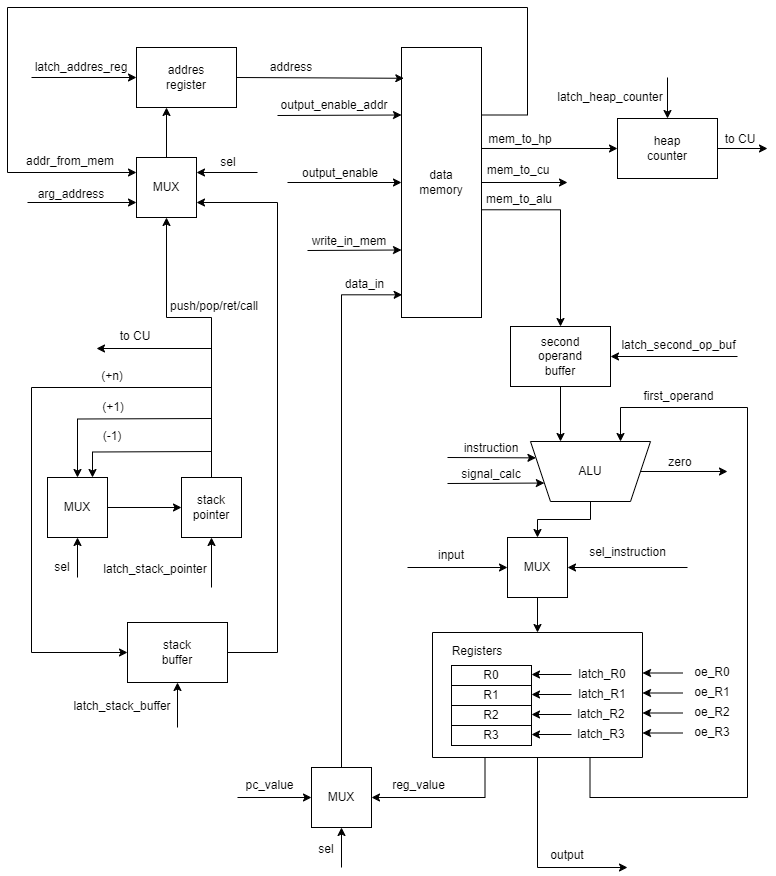
The draw.io diagram img/data_path.png in stoneshik/ac-third-lab, before a commit. Source tidied: cells renumbered, new cells last; positions are measured from the earlier drawing's top-left corner, leaving out a move shared by most shapes.
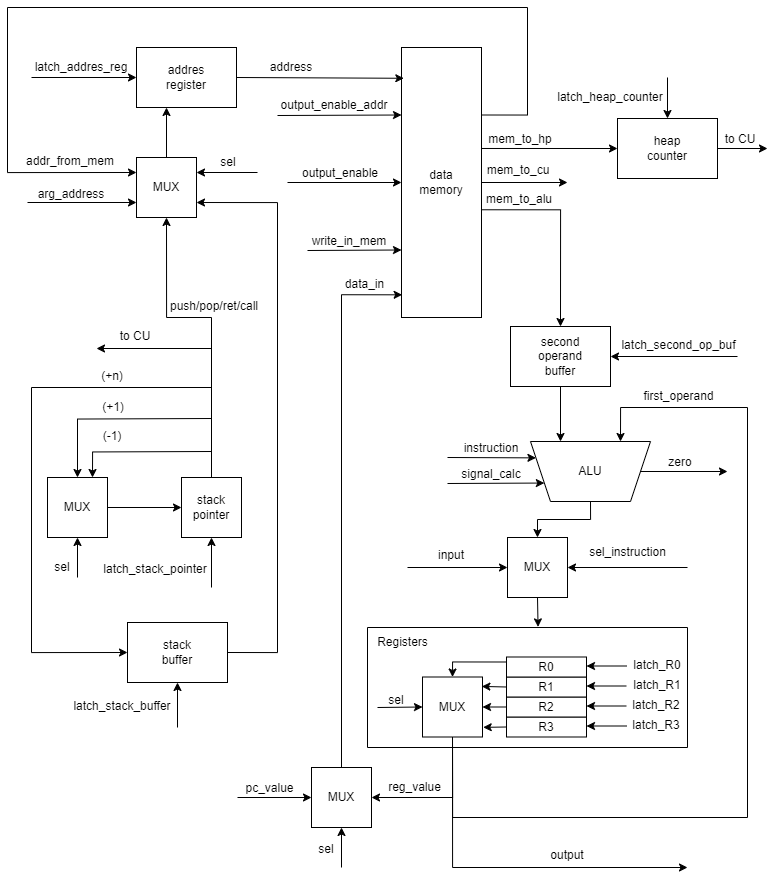
Later version of the same file.

Diff of the diagram source:
```diff
@@ -72,18 +72,6 @@
     <mxCell id="20" value="sel" style="text;html=1;align=center;verticalAlign=middle;whiteSpace=wrap;rounded=0;" parent="1" vertex="1">
       <mxGeometry x="40" y="549.5" width="30" height="20" as="geometry" />
     </mxCell>
-    <mxCell id="21" value="R0" style="rounded=0;whiteSpace=wrap;html=1;" parent="1" vertex="1">
-      <mxGeometry x="444" y="658" width="80" height="20" as="geometry" />
-    </mxCell>
-    <mxCell id="22" value="R1" style="rounded=0;whiteSpace=wrap;html=1;" parent="1" vertex="1">
-      <mxGeometry x="444" y="678" width="80" height="20" as="geometry" />
-    </mxCell>
-    <mxCell id="23" value="R2" style="rounded=0;whiteSpace=wrap;html=1;" parent="1" vertex="1">
-      <mxGeometry x="444" y="698" width="80" height="20" as="geometry" />
-    </mxCell>
-    <mxCell id="24" value="R3" style="rounded=0;whiteSpace=wrap;html=1;" parent="1" vertex="1">
-      <mxGeometry x="444" y="718" width="80" height="20" as="geometry" />
-    </mxCell>
     <mxCell id="25" style="endArrow=classic;html=1;rounded=0;entryX=0;entryY=0.5;entryDx=0;entryDy=0;" parent="1" edge="1" target="4">
       <mxGeometry relative="1" as="geometry">
         <mxPoint x="280" y="175" as="sourcePoint" />
@@ -114,42 +102,6 @@
     <mxCell id="32" value="(-1)" style="text;html=1;align=center;verticalAlign=middle;whiteSpace=wrap;rounded=0;" parent="1" vertex="1">
       <mxGeometry x="92" y="419" width="26" height="20" as="geometry" />
     </mxCell>
-    <mxCell id="33" value="latch_R0" style="text;html=1;align=center;verticalAlign=middle;whiteSpace=wrap;rounded=0;" parent="1" vertex="1">
-      <mxGeometry x="565" y="656.5" width="60" height="20" as="geometry" />
-    </mxCell>
-    <mxCell id="34" value="latch_R1" style="text;html=1;align=center;verticalAlign=middle;whiteSpace=wrap;rounded=0;" parent="1" vertex="1">
-      <mxGeometry x="565" y="676.5" width="60" height="20" as="geometry" />
-    </mxCell>
-    <mxCell id="35" value="latch_R2" style="text;html=1;align=center;verticalAlign=middle;whiteSpace=wrap;rounded=0;" parent="1" vertex="1">
-      <mxGeometry x="564" y="696.5" width="60" height="20" as="geometry" />
-    </mxCell>
-    <mxCell id="36" value="latch_R3" style="text;html=1;align=center;verticalAlign=middle;whiteSpace=wrap;rounded=0;" parent="1" vertex="1">
-      <mxGeometry x="564" y="716.5" width="60" height="20" as="geometry" />
-    </mxCell>
-    <mxCell id="37" style="endArrow=classic;html=1;rounded=0;entryX=0;entryY=0.5;entryDx=0;entryDy=0;" parent="1" edge="1">
-      <mxGeometry relative="1" as="geometry">
-        <mxPoint x="564" y="667" as="sourcePoint" />
-        <mxPoint x="524" y="667" as="targetPoint" />
-      </mxGeometry>
-    </mxCell>
-    <mxCell id="38" style="endArrow=classic;html=1;rounded=0;exitX=1;exitY=0.5;exitDx=0;exitDy=0;entryX=0;entryY=0.5;entryDx=0;entryDy=0;" parent="1" edge="1">
-      <mxGeometry relative="1" as="geometry">
-        <mxPoint x="564" y="687" as="sourcePoint" />
-        <mxPoint x="524" y="687" as="targetPoint" />
-      </mxGeometry>
-    </mxCell>
-    <mxCell id="39" style="endArrow=classic;html=1;rounded=0;exitX=1;exitY=0.5;exitDx=0;exitDy=0;entryX=0;entryY=0.5;entryDx=0;entryDy=0;" parent="1" edge="1">
-      <mxGeometry relative="1" as="geometry">
-        <mxPoint x="564" y="707" as="sourcePoint" />
-        <mxPoint x="524" y="707" as="targetPoint" />
-      </mxGeometry>
-    </mxCell>
-    <mxCell id="40" style="endArrow=classic;html=1;rounded=0;exitX=1;exitY=0.5;exitDx=0;exitDy=0;entryX=0;entryY=0.5;entryDx=0;entryDy=0;" parent="1" edge="1">
-      <mxGeometry relative="1" as="geometry">
-        <mxPoint x="564" y="727" as="sourcePoint" />
-        <mxPoint x="524" y="727" as="targetPoint" />
-      </mxGeometry>
-    </mxCell>
     <mxCell id="41" style="endArrow=classic;html=1;rounded=0;entryX=0;entryY=0.25;entryDx=0;entryDy=0;" parent="1" edge="1" target="4">
       <mxGeometry relative="1" as="geometry">
         <mxPoint x="270" y="108" as="sourcePoint" />
@@ -176,48 +128,6 @@
     <mxCell id="45" value="addr_from_mem" style="text;html=1;align=center;verticalAlign=middle;whiteSpace=wrap;rounded=0;" parent="1" vertex="1">
       <mxGeometry x="20" y="144" width="86" height="20" as="geometry" />
     </mxCell>
-    <mxCell id="46" style="swimlane;startSize=0;" parent="1" vertex="1">
-      <mxGeometry x="425" y="625" width="210" height="125" as="geometry" />
-    </mxCell>
-    <mxCell id="47" value="Registers" style="text;html=1;align=center;verticalAlign=middle;whiteSpace=wrap;rounded=0;" parent="46" vertex="1">
-      <mxGeometry x="15" y="4" width="60" height="30" as="geometry" />
-    </mxCell>
-    <mxCell id="48" value="oe_R0" style="text;html=1;align=center;verticalAlign=middle;whiteSpace=wrap;rounded=0;" parent="1" vertex="1">
-      <mxGeometry x="675" y="655" width="60" height="20" as="geometry" />
-    </mxCell>
-    <mxCell id="49" value="oe_R1" style="text;html=1;align=center;verticalAlign=middle;whiteSpace=wrap;rounded=0;" parent="1" vertex="1">
-      <mxGeometry x="675" y="675" width="60" height="20" as="geometry" />
-    </mxCell>
-    <mxCell id="50" value="oe_R2" style="text;html=1;align=center;verticalAlign=middle;whiteSpace=wrap;rounded=0;" parent="1" vertex="1">
-      <mxGeometry x="675" y="695" width="60" height="20" as="geometry" />
-    </mxCell>
-    <mxCell id="51" value="oe_R3" style="text;html=1;align=center;verticalAlign=middle;whiteSpace=wrap;rounded=0;" parent="1" vertex="1">
-      <mxGeometry x="675" y="715" width="60" height="20" as="geometry" />
-    </mxCell>
-    <mxCell id="52" style="endArrow=classic;html=1;rounded=0;entryX=0;entryY=0.5;entryDx=0;entryDy=0;" parent="1" edge="1">
-      <mxGeometry relative="1" as="geometry">
-        <mxPoint x="675" y="665.5" as="sourcePoint" />
-        <mxPoint x="635" y="665.5" as="targetPoint" />
-      </mxGeometry>
-    </mxCell>
-    <mxCell id="53" style="endArrow=classic;html=1;rounded=0;exitX=1;exitY=0.5;exitDx=0;exitDy=0;entryX=0;entryY=0.5;entryDx=0;entryDy=0;" parent="1" edge="1">
-      <mxGeometry relative="1" as="geometry">
-        <mxPoint x="675" y="685.5" as="sourcePoint" />
-        <mxPoint x="635" y="685.5" as="targetPoint" />
-      </mxGeometry>
-    </mxCell>
-    <mxCell id="54" style="endArrow=classic;html=1;rounded=0;exitX=1;exitY=0.5;exitDx=0;exitDy=0;entryX=0;entryY=0.5;entryDx=0;entryDy=0;" parent="1" edge="1">
-      <mxGeometry relative="1" as="geometry">
-        <mxPoint x="675" y="705.5" as="sourcePoint" />
-        <mxPoint x="635" y="705.5" as="targetPoint" />
-      </mxGeometry>
-    </mxCell>
-    <mxCell id="55" style="endArrow=classic;html=1;rounded=0;exitX=1;exitY=0.5;exitDx=0;exitDy=0;entryX=0;entryY=0.5;entryDx=0;entryDy=0;" parent="1" edge="1">
-      <mxGeometry relative="1" as="geometry">
-        <mxPoint x="675" y="725.5" as="sourcePoint" />
-        <mxPoint x="635" y="725.5" as="targetPoint" />
-      </mxGeometry>
-    </mxCell>
     <mxCell id="56" style="endArrow=classic;html=1;rounded=0;exitX=0.5;exitY=0;exitDx=0;exitDy=0;entryX=0.5;entryY=0;entryDx=0;entryDy=0;edgeStyle=orthogonalEdgeStyle;" parent="1" edge="1" source="57" target="72">
       <mxGeometry relative="1" as="geometry" />
     </mxCell>
@@ -233,11 +143,12 @@
     <mxCell id="60" style="endArrow=classic;html=1;rounded=0;exitX=0.5;exitY=1;exitDx=0;exitDy=0;entryX=0.75;entryY=1;entryDx=0;entryDy=0;" parent="1" edge="1" source="69" target="57">
       <mxGeometry relative="1" as="geometry" />
     </mxCell>
-    <mxCell id="61" style="endArrow=classic;html=1;rounded=0;exitX=0.75;exitY=1;exitDx=0;exitDy=0;entryX=0.25;entryY=1;entryDx=0;entryDy=0;edgeStyle=orthogonalEdgeStyle;" parent="1" edge="1" source="46" target="57">
+    <mxCell id="61" style="endArrow=classic;html=1;rounded=0;exitX=0.5;exitY=1;exitDx=0;exitDy=0;entryX=0.25;entryY=1;entryDx=0;entryDy=0;edgeStyle=orthogonalEdgeStyle;" parent="1" edge="1" target="57">
       <mxGeometry relative="1" as="geometry">
+        <mxPoint x="445" y="727.2" as="sourcePoint" />
         <Array as="points">
-          <mxPoint x="583" y="790" />
-          <mxPoint x="740" y="790" />
+          <mxPoint x="445" y="810" />
+          <mxPoint x="740" y="810" />
           <mxPoint x="740" y="400" />
           <mxPoint x="613" y="400" />
         </Array>
@@ -284,7 +195,7 @@
     <mxCell id="72" value="MUX" style="rounded=0;whiteSpace=wrap;html=1;" parent="1" vertex="1">
       <mxGeometry x="500" y="530" width="60" height="60" as="geometry" />
     </mxCell>
-    <mxCell id="73" style="endArrow=classic;html=1;rounded=0;entryX=0.5;entryY=0;entryDx=0;entryDy=0;exitX=0.5;exitY=1;exitDx=0;exitDy=0;" parent="1" edge="1" source="72" target="46">
+    <mxCell id="73" style="endArrow=classic;html=1;rounded=0;entryX=0.533;entryY=-0.005;entryDx=0;entryDy=0;exitX=0.5;exitY=1;exitDx=0;exitDy=0;entryPerimeter=0;" parent="1" edge="1" source="72" target="118">
       <mxGeometry relative="1" as="geometry" />
     </mxCell>
     <mxCell id="74" style="endArrow=classic;html=1;rounded=0;entryX=0;entryY=0.5;entryDx=0;entryDy=0;" parent="1" edge="1" target="72">
@@ -292,11 +203,11 @@
         <mxPoint x="400" y="560" as="sourcePoint" />
       </mxGeometry>
     </mxCell>
-    <mxCell id="75" style="endArrow=classic;html=1;rounded=0;exitX=0.5;exitY=1;exitDx=0;exitDy=0;edgeStyle=orthogonalEdgeStyle;" parent="1" edge="1" source="46">
+    <mxCell id="75" style="endArrow=classic;html=1;rounded=0;exitX=0.5;exitY=1;exitDx=0;exitDy=0;edgeStyle=orthogonalEdgeStyle;" parent="1" edge="1" source="111">
       <mxGeometry relative="1" as="geometry">
-        <mxPoint x="620" y="860" as="targetPoint" />
+        <mxPoint x="680" y="860" as="targetPoint" />
         <Array as="points">
-          <mxPoint x="530" y="860" />
+          <mxPoint x="445" y="860" />
         </Array>
       </mxGeometry>
     </mxCell>
@@ -397,7 +308,7 @@
     <mxCell id="98" value="MUX" style="rounded=0;whiteSpace=wrap;html=1;" parent="1" vertex="1">
       <mxGeometry x="304" y="760" width="60" height="60" as="geometry" />
     </mxCell>
-    <mxCell id="99" style="endArrow=classic;html=1;rounded=0;exitX=0.25;exitY=1;exitDx=0;exitDy=0;entryX=1;entryY=0.5;entryDx=0;entryDy=0;edgeStyle=orthogonalEdgeStyle;" parent="1" edge="1" source="46" target="98">
+    <mxCell id="99" style="endArrow=classic;html=1;rounded=0;exitX=0.5;exitY=1;exitDx=0;exitDy=0;entryX=1;entryY=0.5;entryDx=0;entryDy=0;edgeStyle=orthogonalEdgeStyle;" parent="1" edge="1" source="111" target="98">
       <mxGeometry relative="1" as="geometry" />
     </mxCell>
     <mxCell id="100" style="endArrow=classic;html=1;rounded=0;exitX=0.5;exitY=0;exitDx=0;exitDy=0;entryX=0.008;entryY=0.916;entryDx=0;entryDy=0;entryPerimeter=0;edgeStyle=orthogonalEdgeStyle;" parent="1" edge="1" source="98" target="4">
@@ -417,13 +328,90 @@
       </mxGeometry>
     </mxCell>
     <mxCell id="104" value="pc_value" style="text;html=1;align=center;verticalAlign=middle;whiteSpace=wrap;rounded=0;" parent="1" vertex="1">
-      <mxGeometry x="229" y="770" width="67" height="16" as="geometry" />
+      <mxGeometry x="229" y="773" width="67" height="16" as="geometry" />
     </mxCell>
     <mxCell id="105" value="reg_value" style="text;html=1;align=center;verticalAlign=middle;whiteSpace=wrap;rounded=0;" parent="1" vertex="1">
-      <mxGeometry x="378" y="770" width="67" height="16" as="geometry" />
+      <mxGeometry x="374" y="772" width="67" height="16" as="geometry" />
     </mxCell>
     <mxCell id="106" value="mem_to_hp" style="text;html=1;align=center;verticalAlign=middle;whiteSpace=wrap;rounded=0;" parent="1" vertex="1">
       <mxGeometry x="478" y="121.5" width="70" height="20" as="geometry" />
     </mxCell>
+    <mxCell id="24" value="R3" style="rounded=0;whiteSpace=wrap;html=1;" parent="1" vertex="1">
+      <mxGeometry x="499" y="709.5" width="80" height="20" as="geometry" />
+    </mxCell>
+    <mxCell id="23" value="R2" style="rounded=0;whiteSpace=wrap;html=1;" parent="1" vertex="1">
+      <mxGeometry x="499" y="689.5" width="80" height="20" as="geometry" />
+    </mxCell>
+    <mxCell id="22" value="R1" style="rounded=0;whiteSpace=wrap;html=1;" parent="1" vertex="1">
+      <mxGeometry x="499" y="669.5" width="80" height="20" as="geometry" />
+    </mxCell>
+    <mxCell id="21" value="R0" style="rounded=0;whiteSpace=wrap;html=1;" parent="1" vertex="1">
+      <mxGeometry x="499" y="649.5" width="80" height="20" as="geometry" />
+    </mxCell>
+    <mxCell id="36" value="latch_R3" style="text;html=1;align=center;verticalAlign=middle;whiteSpace=wrap;rounded=0;" parent="1" vertex="1">
+      <mxGeometry x="619" y="708" width="60" height="20" as="geometry" />
+    </mxCell>
+    <mxCell id="35" value="latch_R2" style="text;html=1;align=center;verticalAlign=middle;whiteSpace=wrap;rounded=0;" parent="1" vertex="1">
+      <mxGeometry x="619" y="688" width="60" height="20" as="geometry" />
+    </mxCell>
+    <mxCell id="33" value="latch_R0" style="text;html=1;align=center;verticalAlign=middle;whiteSpace=wrap;rounded=0;" parent="1" vertex="1">
+      <mxGeometry x="620" y="648" width="60" height="20" as="geometry" />
+    </mxCell>
+    <mxCell id="34" value="latch_R1" style="text;html=1;align=center;verticalAlign=middle;whiteSpace=wrap;rounded=0;" parent="1" vertex="1">
+      <mxGeometry x="620" y="668" width="60" height="20" as="geometry" />
+    </mxCell>
+    <mxCell id="107" style="endArrow=classic;html=1;rounded=0;entryX=0;entryY=0.5;entryDx=0;entryDy=0;" parent="1" edge="1">
+      <mxGeometry relative="1" as="geometry">
+        <mxPoint x="619" y="658.5" as="sourcePoint" />
+        <mxPoint x="579" y="658.5" as="targetPoint" />
+      </mxGeometry>
+    </mxCell>
+    <mxCell id="108" style="endArrow=classic;html=1;rounded=0;exitX=1;exitY=0.5;exitDx=0;exitDy=0;entryX=0;entryY=0.5;entryDx=0;entryDy=0;" parent="1" edge="1">
+      <mxGeometry relative="1" as="geometry">
+        <mxPoint x="619" y="718.5" as="sourcePoint" />
+        <mxPoint x="579" y="718.5" as="targetPoint" />
+      </mxGeometry>
+    </mxCell>
+    <mxCell id="109" style="endArrow=classic;html=1;rounded=0;exitX=1;exitY=0.5;exitDx=0;exitDy=0;entryX=0;entryY=0.5;entryDx=0;entryDy=0;" parent="1" edge="1">
+      <mxGeometry relative="1" as="geometry">
+        <mxPoint x="619" y="698.5" as="sourcePoint" />
+        <mxPoint x="579" y="698.5" as="targetPoint" />
+      </mxGeometry>
+    </mxCell>
+    <mxCell id="110" style="endArrow=classic;html=1;rounded=0;exitX=1;exitY=0.5;exitDx=0;exitDy=0;entryX=0;entryY=0.5;entryDx=0;entryDy=0;" parent="1" edge="1">
+      <mxGeometry relative="1" as="geometry">
+        <mxPoint x="619" y="678.5" as="sourcePoint" />
+        <mxPoint x="579" y="678.5" as="targetPoint" />
+      </mxGeometry>
+    </mxCell>
+    <mxCell id="111" value="MUX" style="rounded=0;whiteSpace=wrap;html=1;" parent="1" vertex="1">
+      <mxGeometry x="415" y="669.5" width="60" height="60" as="geometry" />
+    </mxCell>
+    <mxCell id="112" style="endArrow=classic;html=1;rounded=0;entryX=1.012;entryY=0.839;entryDx=0;entryDy=0;exitX=0;exitY=0.5;exitDx=0;exitDy=0;entryPerimeter=0;" parent="1" edge="1" source="24" target="111">
+      <mxGeometry relative="1" as="geometry" />
+    </mxCell>
+    <mxCell id="113" style="endArrow=classic;html=1;rounded=0;entryX=1;entryY=0.5;entryDx=0;entryDy=0;exitX=0;exitY=0.5;exitDx=0;exitDy=0;" parent="1" edge="1" source="23" target="111">
+      <mxGeometry relative="1" as="geometry" />
+    </mxCell>
+    <mxCell id="114" style="endArrow=classic;html=1;rounded=0;entryX=0.989;entryY=0.157;entryDx=0;entryDy=0;exitX=0;exitY=0.5;exitDx=0;exitDy=0;entryPerimeter=0;" parent="1" edge="1" source="22" target="111">
+      <mxGeometry relative="1" as="geometry" />
+    </mxCell>
+    <mxCell id="115" style="endArrow=classic;html=1;rounded=0;entryX=0.5;entryY=0;entryDx=0;entryDy=0;edgeStyle=orthogonalEdgeStyle;exitX=0;exitY=0.25;exitDx=0;exitDy=0;" parent="1" edge="1" source="21" target="111">
+      <mxGeometry relative="1" as="geometry" />
+    </mxCell>
+    <mxCell id="116" style="endArrow=classic;html=1;rounded=0;entryX=0;entryY=0.5;entryDx=0;entryDy=0;" parent="1" edge="1" target="111">
+      <mxGeometry relative="1" as="geometry">
+        <mxPoint x="370" y="700" as="sourcePoint" />
+      </mxGeometry>
+    </mxCell>
+    <mxCell id="117" value="sel" style="text;html=1;align=center;verticalAlign=middle;whiteSpace=wrap;rounded=0;" parent="1" vertex="1">
+      <mxGeometry x="374" y="683" width="30" height="20" as="geometry" />
+    </mxCell>
+    <mxCell id="118" style="swimlane;startSize=0;" parent="1" vertex="1">
+      <mxGeometry x="360" y="620" width="320" height="120" as="geometry" />
+    </mxCell>
+    <mxCell id="47" value="Registers" style="text;html=1;align=center;verticalAlign=middle;strokeColor=none;fillColor=none;" parent="118" vertex="1">
+      <mxGeometry width="70" height="30" as="geometry" />
+    </mxCell>
   </root>
 </mxGraphModel>
```
